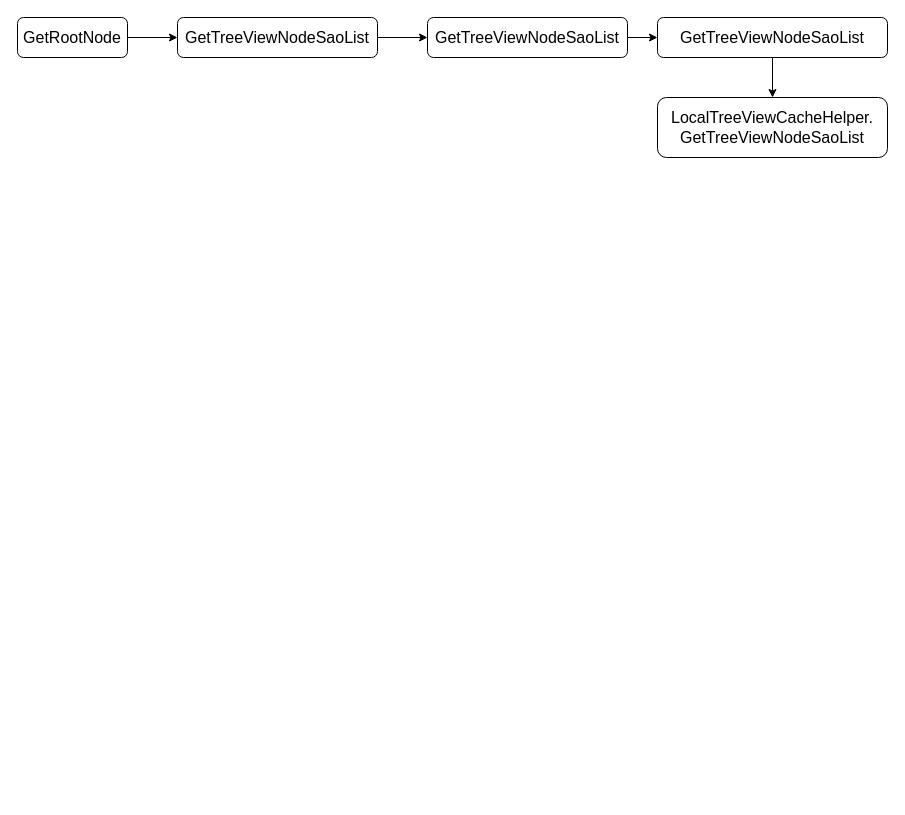
The draw.io diagram LatPopulation.drawio in zpjune/Diagrams, before the edit. Source tidied: cells renumbered, new cells numbered last; positions are measured from the earlier drawing's top-left corner, leaving out a move shared by most shapes. Both pictures are drawn from the tidied source at 100%, with x=0, y=0 at pixel (17, 17).
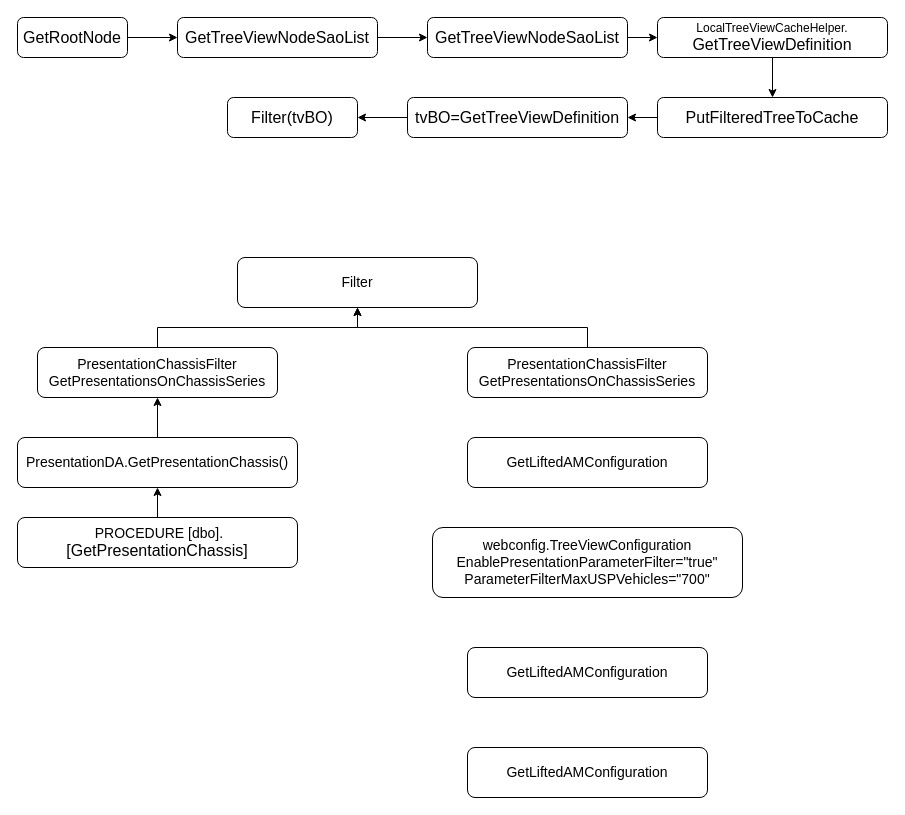
The same diagram, later.

Diff of the diagram source:
```diff
@@
-    <mxCell id="9" value="&lt;font style=&quot;font-size: 16px;&quot;&gt;GetTreeViewNodeSaoList&lt;/font&gt;" style="rounded=1;whiteSpace=wrap;html=1;" parent="1" vertex="1">
+    <mxCell id="9" value="LocalTreeViewCacheHelper.&lt;br style=&quot;border-color: var(--border-color);&quot;&gt;&lt;font style=&quot;border-color: var(--border-color); font-size: 16px;&quot;&gt;GetTreeViewDefinition&lt;/font&gt;" style="rounded=1;whiteSpace=wrap;html=1;" parent="1" vertex="1">
       <mxGeometry x="640" width="230" height="40" as="geometry" />
     </mxCell>
+    <mxCell id="11" style="edgeStyle=orthogonalEdgeStyle;rounded=0;jettySize=auto;html=1;exitX=0;exitY=0.5;exitDx=0;exitDy=0;entryX=1;entryY=0.5;entryDx=0;entryDy=0;" parent="1" edge="1" source="10" target="13">
+      <mxGeometry relative="1" as="geometry" />
+    </mxCell>
-    <mxCell id="10" value="&lt;font style=&quot;&quot;&gt;&lt;span style=&quot;font-size: 16px;&quot;&gt;LocalTreeViewCacheHelper.&lt;/span&gt;&lt;br&gt;&lt;span style=&quot;font-size: 16px;&quot;&gt;GetTreeViewNodeSaoList&lt;/span&gt;&lt;/font&gt;" style="rounded=1;whiteSpace=wrap;html=1;" parent="1" vertex="1">
-      <mxGeometry x="640" y="80" width="230" height="60" as="geometry" />
+    <mxCell id="10" value="&lt;font style=&quot;&quot;&gt;&lt;font style=&quot;font-size: 16px;&quot;&gt;PutFilteredTreeToCache&lt;/font&gt;&lt;br&gt;&lt;/font&gt;" style="rounded=1;whiteSpace=wrap;html=1;" parent="1" vertex="1">
+      <mxGeometry x="640" y="80" width="230" height="40" as="geometry" />
     </mxCell>
+    <mxCell id="12" style="edgeStyle=orthogonalEdgeStyle;rounded=0;jettySize=auto;html=1;" parent="1" edge="1" source="13" target="14">
+      <mxGeometry relative="1" as="geometry" />
+    </mxCell>
+    <mxCell id="13" value="&lt;font style=&quot;&quot;&gt;&lt;font style=&quot;font-size: 16px;&quot;&gt;tvBO=GetTreeViewDefinition&lt;/font&gt;&lt;br&gt;&lt;/font&gt;" style="rounded=1;whiteSpace=wrap;html=1;" parent="1" vertex="1">
+      <mxGeometry x="390" y="80" width="220" height="40" as="geometry" />
+    </mxCell>
+    <mxCell id="14" value="&lt;font style=&quot;&quot;&gt;&lt;font style=&quot;font-size: 16px;&quot;&gt;Filter(tvBO)&lt;/font&gt;&lt;br&gt;&lt;/font&gt;" style="rounded=1;whiteSpace=wrap;html=1;" parent="1" vertex="1">
+      <mxGeometry x="210" y="80" width="130" height="40" as="geometry" />
+    </mxCell>
+    <mxCell id="15" style="edgeStyle=orthogonalEdgeStyle;rounded=0;jettySize=auto;html=1;" parent="1" edge="1" source="16" target="17">
+      <mxGeometry relative="1" as="geometry" />
+    </mxCell>
+    <mxCell id="16" value="&lt;font style=&quot;font-size: 14px;&quot;&gt;PresentationChassisFilter&lt;br&gt;GetPresentationsOnChassisSeries&lt;/font&gt;" style="rounded=1;whiteSpace=wrap;html=1;" parent="1" vertex="1">
+      <mxGeometry x="20" y="330" width="240" height="50" as="geometry" />
+    </mxCell>
+    <mxCell id="17" value="&lt;font style=&quot;font-size: 14px;&quot;&gt;Filter&lt;/font&gt;" style="rounded=1;whiteSpace=wrap;html=1;" parent="1" vertex="1">
+      <mxGeometry x="220" y="240" width="240" height="50" as="geometry" />
+    </mxCell>
+    <mxCell id="18" style="edgeStyle=orthogonalEdgeStyle;rounded=0;jettySize=auto;html=1;" parent="1" edge="1" source="19" target="16">
+      <mxGeometry relative="1" as="geometry" />
+    </mxCell>
+    <mxCell id="19" value="&lt;font style=&quot;font-size: 14px;&quot;&gt;PresentationDA.GetPresentationChassis()&lt;/font&gt;" style="rounded=1;whiteSpace=wrap;html=1;" parent="1" vertex="1">
+      <mxGeometry y="420" width="280" height="50" as="geometry" />
+    </mxCell>
+    <mxCell id="20" style="edgeStyle=orthogonalEdgeStyle;rounded=0;jettySize=auto;html=1;" parent="1" edge="1" source="21" target="19">
+      <mxGeometry relative="1" as="geometry" />
+    </mxCell>
+    <mxCell id="21" value="&lt;font style=&quot;font-size: 14px;&quot;&gt;&amp;nbsp;PROCEDURE [dbo].&lt;/font&gt;&lt;font style=&quot;font-size: 16px;&quot;&gt;[GetPresentationChassis]&lt;/font&gt;" style="rounded=1;whiteSpace=wrap;html=1;" parent="1" vertex="1">
+      <mxGeometry y="500" width="280" height="50" as="geometry" />
+    </mxCell>
+    <mxCell id="22" style="edgeStyle=orthogonalEdgeStyle;rounded=0;jettySize=auto;html=1;exitX=0.5;exitY=0;exitDx=0;exitDy=0;entryX=0.5;entryY=1;entryDx=0;entryDy=0;" parent="1" edge="1" source="23" target="17">
+      <mxGeometry relative="1" as="geometry" />
+    </mxCell>
+    <mxCell id="23" value="&lt;font style=&quot;font-size: 14px;&quot;&gt;PresentationChassisFilter&lt;br&gt;GetPresentationsOnChassisSeries&lt;/font&gt;" style="rounded=1;whiteSpace=wrap;html=1;" parent="1" vertex="1">
+      <mxGeometry x="450" y="330" width="240" height="50" as="geometry" />
+    </mxCell>
+    <mxCell id="24" value="&lt;font style=&quot;font-size: 14px;&quot;&gt;GetLiftedAMConfiguration&lt;/font&gt;" style="rounded=1;whiteSpace=wrap;html=1;" parent="1" vertex="1">
+      <mxGeometry x="450" y="420" width="240" height="50" as="geometry" />
+    </mxCell>
+    <mxCell id="25" value="&lt;font style=&quot;font-size: 14px;&quot;&gt;GetLiftedAMConfiguration&lt;/font&gt;" style="rounded=1;whiteSpace=wrap;html=1;" parent="1" vertex="1">
+      <mxGeometry x="450" y="630" width="240" height="50" as="geometry" />
+    </mxCell>
+    <mxCell id="26" value="&lt;font style=&quot;font-size: 14px;&quot;&gt;GetLiftedAMConfiguration&lt;/font&gt;" style="rounded=1;whiteSpace=wrap;html=1;" parent="1" vertex="1">
+      <mxGeometry x="450" y="730" width="240" height="50" as="geometry" />
+    </mxCell>
+    <mxCell id="27" value="&lt;font style=&quot;font-size: 14px;&quot;&gt;webconfig.TreeViewConfiguration EnablePresentationParameterFilter=&quot;true&quot; ParameterFilterMaxUSPVehicles=&quot;700&quot;&lt;/font&gt;" style="rounded=1;whiteSpace=wrap;html=1;" parent="1" vertex="1">
+      <mxGeometry x="415" y="510" width="310" height="70" as="geometry" />
+    </mxCell>
```
